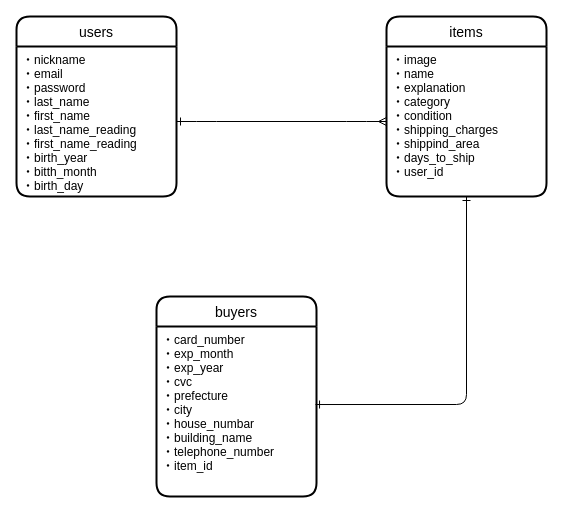
Before: furima-31721.dio in Akiramiya1911/furima-31721, a draw.io diagram. Source tidied: cells renumbered, new cells numbered last; positions are measured from the earlier drawing's top-left corner, leaving out a move shared by most shapes. Both pictures are drawn from the tidied source at 100%, with x=0, y=0 at pixel (16, 16).
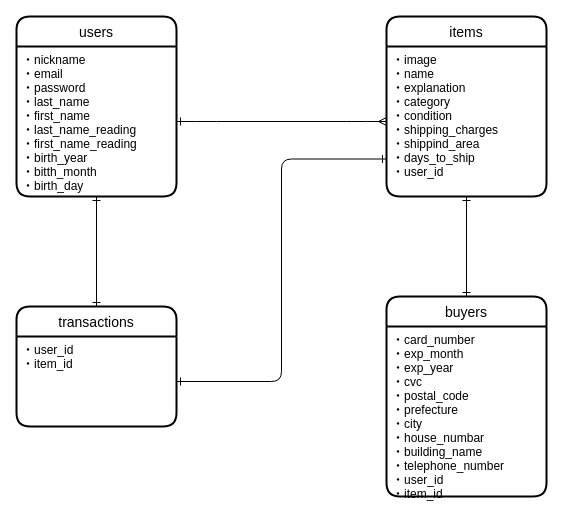
The same diagram, later.

Commit message (it also covers changes not shown here):
テーブル設計（修正１）

The edit, as a diff of the source:
```diff
@@
 <mxGraphModel>
   <root>
     <mxCell id="0" />
     <mxCell id="1" parent="0" />
     <mxCell id="2" value="users" style="swimlane;horizontal=1;startSize=30;rounded=1;fontSize=14;fontStyle=0;strokeWidth=2;shadow=0;dashed=0;align=center;" parent="1" vertex="1">
       <mxGeometry width="160" height="180" as="geometry" />
     </mxCell>
     <mxCell id="3" value="・nickname&#10;・email&#10;・password&#10;・last_name&#10;・first_name&#10;・last_name_reading&#10;・first_name_reading&#10;・birth_year&#10;・bitth_month&#10;・birth_day&#10;" style="align=left;strokeColor=none;fillColor=none;spacingLeft=4;fontSize=12;verticalAlign=top;" parent="2" vertex="1">
       <mxGeometry y="30" width="160" height="150" as="geometry" />
     </mxCell>
     <mxCell id="4" value="items" style="swimlane;horizontal=1;startSize=30;rounded=1;fontSize=14;fontStyle=0;strokeWidth=2;shadow=0;dashed=0;align=center;" parent="1" vertex="1">
       <mxGeometry x="370" width="160" height="180" as="geometry" />
     </mxCell>
     <mxCell id="5" value="・image&#10;・name&#10;・explanation&#10;・category&#10;・condition&#10;・shipping_charges&#10;・shippind_area&#10;・days_to_ship&#10;・user_id&#10;&#10;" style="align=left;strokeColor=none;fillColor=none;spacingLeft=4;fontSize=12;verticalAlign=top;" parent="4" vertex="1">
       <mxGeometry y="30" width="160" height="150" as="geometry" />
     </mxCell>
     <mxCell id="6" style="edgeStyle=entityRelationEdgeStyle;fontSize=12;html=1;endArrow=ERmany;exitX=1;exitY=0.5;exitDx=0;exitDy=0;entryX=0;entryY=0.5;entryDx=0;entryDy=0;endFill=0;startArrow=ERone;startFill=0;" parent="1" edge="1" source="3" target="5">
       <mxGeometry relative="1" as="geometry" />
     </mxCell>
-    <mxCell id="7" style="edgeStyle=orthogonalEdgeStyle;fontSize=12;html=1;endArrow=ERone;startArrow=ERone;exitX=0.994;exitY=0.459;exitDx=0;exitDy=0;exitPerimeter=0;entryX=0.5;entryY=1;entryDx=0;entryDy=0;endFill=0;startFill=0;" parent="1" edge="1" source="9" target="5">
-      <mxGeometry relative="1" as="geometry">
-        <Array as="points">
-          <mxPoint x="450" y="388" />
-        </Array>
-      </mxGeometry>
+    <mxCell id="7" style="edgeStyle=orthogonalEdgeStyle;fontSize=12;html=1;endArrow=ERone;startArrow=ERone;entryX=0.5;entryY=1;entryDx=0;entryDy=0;endFill=0;startFill=0;exitX=0.5;exitY=0;exitDx=0;exitDy=0;" parent="1" edge="1" source="8" target="5">
+      <mxGeometry relative="1" as="geometry" />
     </mxCell>
+    <mxCell id="10" value="transactions" style="swimlane;horizontal=1;startSize=30;rounded=1;fontSize=14;fontStyle=0;strokeWidth=2;shadow=0;dashed=0;align=center;" parent="1" vertex="1">
+      <mxGeometry y="290" width="160" height="120" as="geometry" />
+    </mxCell>
+    <mxCell id="11" value="・user_id&#10;・item_id&#10;" style="align=left;strokeColor=none;fillColor=none;spacingLeft=4;fontSize=12;verticalAlign=top;" parent="10" vertex="1">
+      <mxGeometry y="30" width="160" height="90" as="geometry" />
+    </mxCell>
     <mxCell id="8" value="buyers" style="swimlane;horizontal=1;startSize=30;rounded=1;fontSize=14;fontStyle=0;strokeWidth=2;shadow=0;dashed=0;align=center;" parent="1" vertex="1">
-      <mxGeometry x="140" y="280" width="160" height="200" as="geometry" />
+      <mxGeometry x="370" y="280" width="160" height="200" as="geometry" />
     </mxCell>
-    <mxCell id="9" value="・card_number&#10;・exp_month&#10;・exp_year&#10;・cvc&#10;・prefecture&#10;・city&#10;・house_numbar&#10;・building_name&#10;・telephone_number&#10;・item_id" style="align=left;strokeColor=none;fillColor=none;spacingLeft=4;fontSize=12;verticalAlign=top;" parent="8" vertex="1">
+    <mxCell id="9" value="・card_number&#10;・exp_month&#10;・exp_year&#10;・cvc&#10;・postal_code&#10;・prefecture&#10;・city&#10;・house_numbar&#10;・building_name&#10;・telephone_number&#10;・user_id&#10;・item_id" style="align=left;strokeColor=none;fillColor=none;spacingLeft=4;fontSize=12;verticalAlign=top;" parent="8" vertex="1">
       <mxGeometry y="30" width="160" height="170" as="geometry" />
     </mxCell>
+    <mxCell id="12" style="edgeStyle=orthogonalEdgeStyle;fontSize=12;html=1;endArrow=ERone;entryX=0;entryY=0.75;entryDx=0;entryDy=0;exitX=1;exitY=0.5;exitDx=0;exitDy=0;startArrow=ERone;startFill=0;endFill=0;" parent="1" edge="1" source="11" target="5">
+      <mxGeometry relative="1" as="geometry" />
+    </mxCell>
+    <mxCell id="13" style="edgeStyle=orthogonalEdgeStyle;fontSize=12;html=1;endArrow=ERone;startArrow=ERone;entryX=0.5;entryY=1;entryDx=0;entryDy=0;exitX=0.5;exitY=0;exitDx=0;exitDy=0;startFill=0;endFill=0;" parent="1" edge="1" source="10" target="3">
+      <mxGeometry relative="1" as="geometry" />
+    </mxCell>
   </root>
 </mxGraphModel>
```
